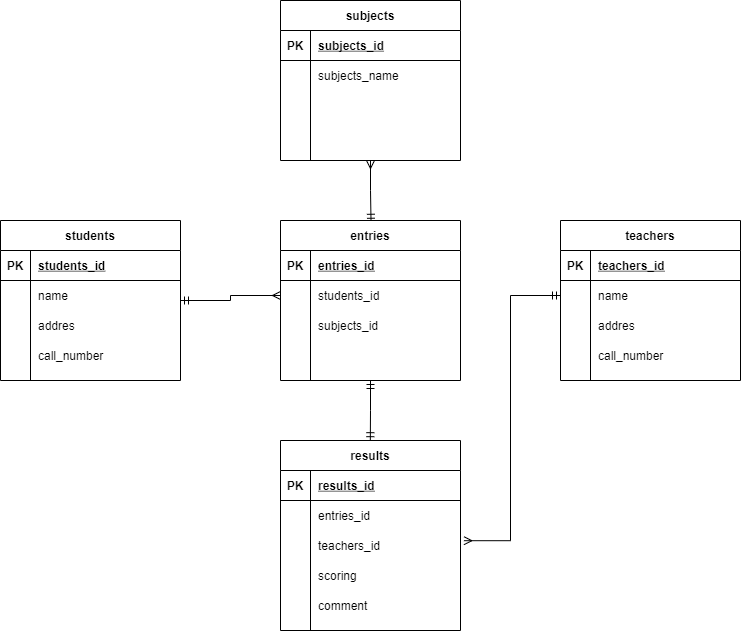
Before: test..drawio.png, a diagram exported from draw.io (kt33m21/20211018murakami). Source tidied: cells renumbered, new cells last; positions are measured from the earlier drawing's top-left corner, leaving out a move shared by most shapes.
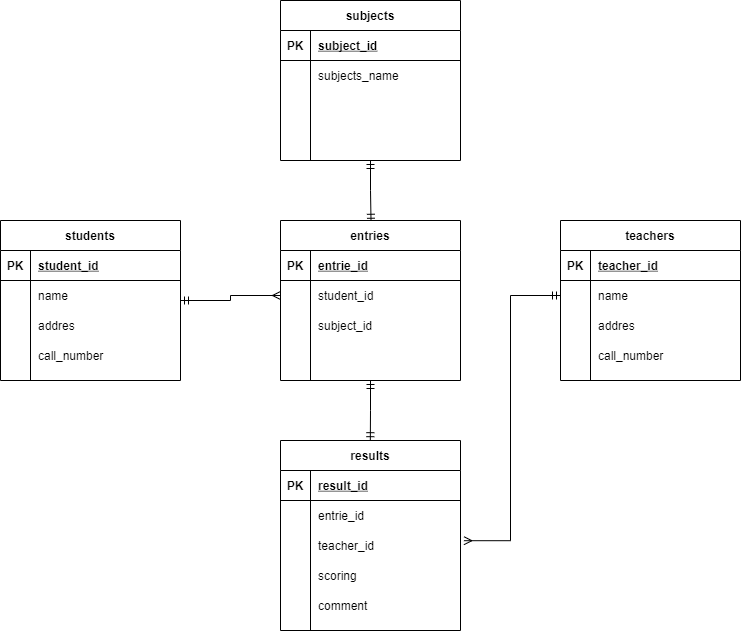
After the commit.

The edit, as a diff of the source:
```diff
@@ -2,7 +2,7 @@
   <root>
     <mxCell id="0" />
     <mxCell id="1" parent="0" />
-    <mxCell id="2" style="edgeStyle=orthogonalEdgeStyle;rounded=0;jettySize=auto;html=1;entryX=0.503;entryY=0.011;entryDx=0;entryDy=0;entryPerimeter=0;startArrow=ERmany;startFill=0;endArrow=ERmandOne;endFill=0;" parent="1" edge="1" source="3" target="31">
+    <mxCell id="2" style="edgeStyle=orthogonalEdgeStyle;rounded=0;jettySize=auto;html=1;entryX=0.503;entryY=0.011;entryDx=0;entryDy=0;entryPerimeter=0;startArrow=ERmandOne;startFill=0;endArrow=ERmandOne;endFill=0;" parent="1" edge="1" source="3" target="31">
       <mxGeometry relative="1" as="geometry" />
     </mxCell>
     <mxCell id="3" value="subjects" style="shape=table;startSize=30;rowLines=0;fontStyle=1;align=center;" parent="1" vertex="1">
@@ -14,7 +14,7 @@
     <mxCell id="5" value="PK" style="shape=partialRectangle;fillColor=none;top=0;left=0;bottom=0;right=0;fontStyle=1;overflow=hidden;" parent="4" vertex="1">
       <mxGeometry width="30" height="30" as="geometry" />
     </mxCell>
-    <mxCell id="6" value="subjects_id" style="shape=partialRectangle;fillColor=none;top=0;left=0;bottom=0;right=0;align=left;spacingLeft=6;fontStyle=5;overflow=hidden;" parent="4" vertex="1">
+    <mxCell id="6" value="subject_id" style="shape=partialRectangle;fillColor=none;top=0;left=0;bottom=0;right=0;align=left;spacingLeft=6;fontStyle=5;overflow=hidden;" parent="4" vertex="1">
       <mxGeometry x="30" width="150" height="30" as="geometry" />
     </mxCell>
     <mxCell id="7" style="shape=partialRectangle;fillColor=none;top=0;left=0;bottom=0;right=0;" parent="3" vertex="1">
@@ -56,7 +56,7 @@
     <mxCell id="19" value="PK" style="shape=partialRectangle;fillColor=none;top=0;left=0;bottom=0;right=0;fontStyle=1;overflow=hidden;" parent="18" vertex="1">
       <mxGeometry width="30" height="30" as="geometry" />
     </mxCell>
-    <mxCell id="20" value="students_id" style="shape=partialRectangle;fillColor=none;top=0;left=0;bottom=0;right=0;align=left;spacingLeft=6;fontStyle=5;overflow=hidden;" parent="18" vertex="1">
+    <mxCell id="20" value="student_id" style="shape=partialRectangle;fillColor=none;top=0;left=0;bottom=0;right=0;align=left;spacingLeft=6;fontStyle=5;overflow=hidden;" parent="18" vertex="1">
       <mxGeometry x="30" width="150" height="30" as="geometry" />
     </mxCell>
     <mxCell id="21" style="shape=partialRectangle;fillColor=none;top=0;left=0;bottom=0;right=0;" parent="17" vertex="1">
@@ -98,7 +98,7 @@
     <mxCell id="33" value="PK" style="shape=partialRectangle;fillColor=none;top=0;left=0;bottom=0;right=0;fontStyle=1;overflow=hidden;" parent="32" vertex="1">
       <mxGeometry width="30" height="30" as="geometry" />
     </mxCell>
-    <mxCell id="34" value="entries_id" style="shape=partialRectangle;fillColor=none;top=0;left=0;bottom=0;right=0;align=left;spacingLeft=6;fontStyle=5;overflow=hidden;" parent="32" vertex="1">
+    <mxCell id="34" value="entrie_id" style="shape=partialRectangle;fillColor=none;top=0;left=0;bottom=0;right=0;align=left;spacingLeft=6;fontStyle=5;overflow=hidden;" parent="32" vertex="1">
       <mxGeometry x="30" width="150" height="30" as="geometry" />
     </mxCell>
     <mxCell id="35" style="shape=partialRectangle;fillColor=none;top=0;left=0;bottom=0;right=0;points=[[0,0.5],[1,0.5]];portConstraint=eastwest;" parent="31" vertex="1">
@@ -107,7 +107,7 @@
     <mxCell id="36" style="shape=partialRectangle;fillColor=none;top=0;left=0;bottom=0;right=0;overflow=hidden;" parent="35" vertex="1">
       <mxGeometry width="30" height="30" as="geometry" />
     </mxCell>
-    <mxCell id="37" value="students_id" style="shape=partialRectangle;fillColor=none;top=0;left=0;bottom=0;right=0;align=left;spacingLeft=6;overflow=hidden;" parent="35" vertex="1">
+    <mxCell id="37" value="student_id" style="shape=partialRectangle;fillColor=none;top=0;left=0;bottom=0;right=0;align=left;spacingLeft=6;overflow=hidden;" parent="35" vertex="1">
       <mxGeometry x="30" width="150" height="30" as="geometry" />
     </mxCell>
     <mxCell id="38" style="shape=partialRectangle;fillColor=none;top=0;left=0;bottom=0;right=0;" parent="31" vertex="1">
@@ -116,7 +116,7 @@
     <mxCell id="39" style="shape=partialRectangle;fillColor=none;top=0;left=0;bottom=0;right=0;overflow=hidden;" parent="38" vertex="1">
       <mxGeometry width="30" height="30" as="geometry" />
     </mxCell>
-    <mxCell id="40" value="subjects_id" style="shape=partialRectangle;fillColor=none;top=0;left=0;bottom=0;right=0;align=left;spacingLeft=6;overflow=hidden;" parent="38" vertex="1">
+    <mxCell id="40" value="subject_id" style="shape=partialRectangle;fillColor=none;top=0;left=0;bottom=0;right=0;align=left;spacingLeft=6;overflow=hidden;" parent="38" vertex="1">
       <mxGeometry x="30" width="150" height="30" as="geometry" />
     </mxCell>
     <mxCell id="41" style="shape=partialRectangle;fillColor=none;top=0;left=0;bottom=0;right=0;" parent="31" vertex="1">
@@ -137,7 +137,7 @@
     <mxCell id="46" value="PK" style="shape=partialRectangle;fillColor=none;top=0;left=0;bottom=0;right=0;fontStyle=1;overflow=hidden;" parent="45" vertex="1">
       <mxGeometry width="30" height="30" as="geometry" />
     </mxCell>
-    <mxCell id="47" value="results_id" style="shape=partialRectangle;fillColor=none;top=0;left=0;bottom=0;right=0;align=left;spacingLeft=6;fontStyle=5;overflow=hidden;" parent="45" vertex="1">
+    <mxCell id="47" value="result_id" style="shape=partialRectangle;fillColor=none;top=0;left=0;bottom=0;right=0;align=left;spacingLeft=6;fontStyle=5;overflow=hidden;" parent="45" vertex="1">
       <mxGeometry x="30" width="150" height="30" as="geometry" />
     </mxCell>
     <mxCell id="48" style="shape=partialRectangle;fillColor=none;top=0;left=0;bottom=0;right=0;" parent="44" vertex="1">
@@ -146,7 +146,7 @@
     <mxCell id="49" style="shape=partialRectangle;fillColor=none;top=0;left=0;bottom=0;right=0;overflow=hidden;" parent="48" vertex="1">
       <mxGeometry width="30" height="30" as="geometry" />
     </mxCell>
-    <mxCell id="50" value="entries_id" style="shape=partialRectangle;fillColor=none;top=0;left=0;bottom=0;right=0;align=left;spacingLeft=6;overflow=hidden;" parent="48" vertex="1">
+    <mxCell id="50" value="entrie_id" style="shape=partialRectangle;fillColor=none;top=0;left=0;bottom=0;right=0;align=left;spacingLeft=6;overflow=hidden;" parent="48" vertex="1">
       <mxGeometry x="30" width="150" height="30" as="geometry" />
     </mxCell>
     <mxCell id="51" style="shape=partialRectangle;fillColor=none;top=0;left=0;bottom=0;right=0;points=[[0,0.5],[1,0.5]];portConstraint=eastwest;" parent="44" vertex="1">
@@ -155,7 +155,7 @@
     <mxCell id="52" style="shape=partialRectangle;fillColor=none;top=0;left=0;bottom=0;right=0;overflow=hidden;" parent="51" vertex="1">
       <mxGeometry width="30" height="30" as="geometry" />
     </mxCell>
-    <mxCell id="53" value="teachers_id" style="shape=partialRectangle;fillColor=none;top=0;left=0;bottom=0;right=0;align=left;spacingLeft=6;overflow=hidden;" parent="51" vertex="1">
+    <mxCell id="53" value="teacher_id" style="shape=partialRectangle;fillColor=none;top=0;left=0;bottom=0;right=0;align=left;spacingLeft=6;overflow=hidden;" parent="51" vertex="1">
       <mxGeometry x="30" width="150" height="30" as="geometry" />
     </mxCell>
     <mxCell id="54" style="shape=partialRectangle;fillColor=none;top=0;left=0;bottom=0;right=0;" parent="44" vertex="1">
@@ -185,7 +185,7 @@
     <mxCell id="62" value="PK" style="shape=partialRectangle;fillColor=none;top=0;left=0;bottom=0;right=0;fontStyle=1;overflow=hidden;" parent="61" vertex="1">
       <mxGeometry width="30" height="30" as="geometry" />
     </mxCell>
-    <mxCell id="63" value="teachers_id" style="shape=partialRectangle;fillColor=none;top=0;left=0;bottom=0;right=0;align=left;spacingLeft=6;fontStyle=5;overflow=hidden;" parent="61" vertex="1">
+    <mxCell id="63" value="teacher_id" style="shape=partialRectangle;fillColor=none;top=0;left=0;bottom=0;right=0;align=left;spacingLeft=6;fontStyle=5;overflow=hidden;" parent="61" vertex="1">
       <mxGeometry x="30" width="150" height="30" as="geometry" />
     </mxCell>
     <mxCell id="64" style="shape=partialRectangle;fillColor=none;top=0;left=0;bottom=0;right=0;points=[[0,0.5],[1,0.5]];portConstraint=eastwest;" parent="60" vertex="1">
```
